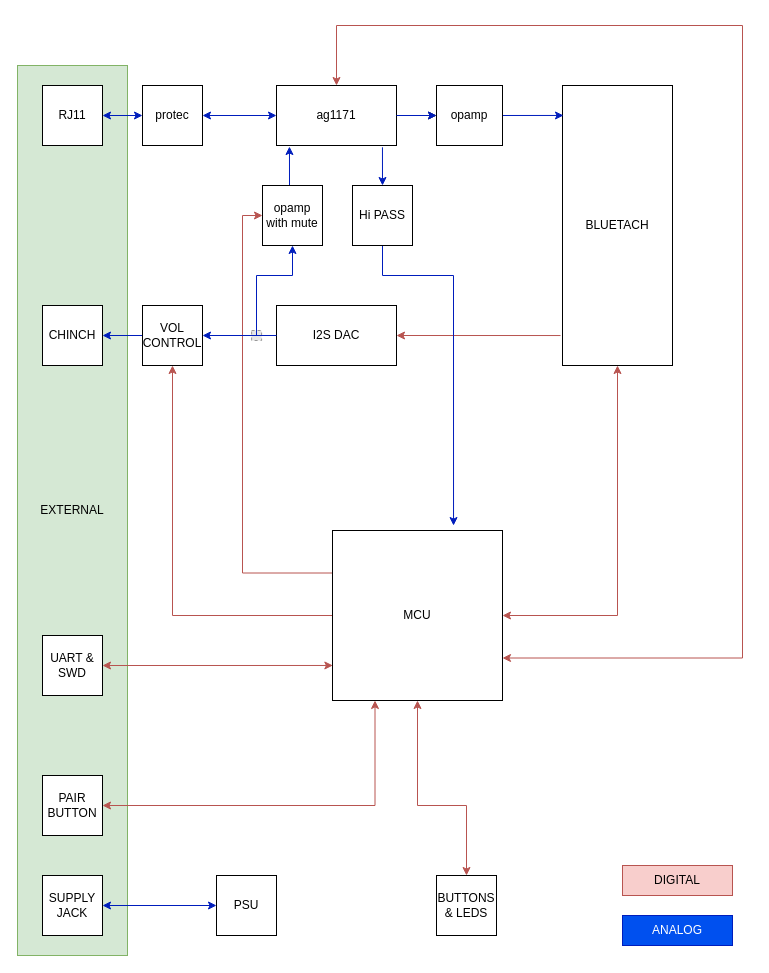
Earlier version of the draw.io diagram blockDiagram/matiHome.drawio (mati97/domeq). Source tidied: cells renumbered, new cells numbered last; positions are measured from the earlier drawing's top-left corner, leaving out a move shared by most shapes. Both pictures are drawn from the tidied source at 100%, with x=0, y=0 at pixel (17, 25). Pictures stored in the file or linked from it are replaced by grey dashed boxes.
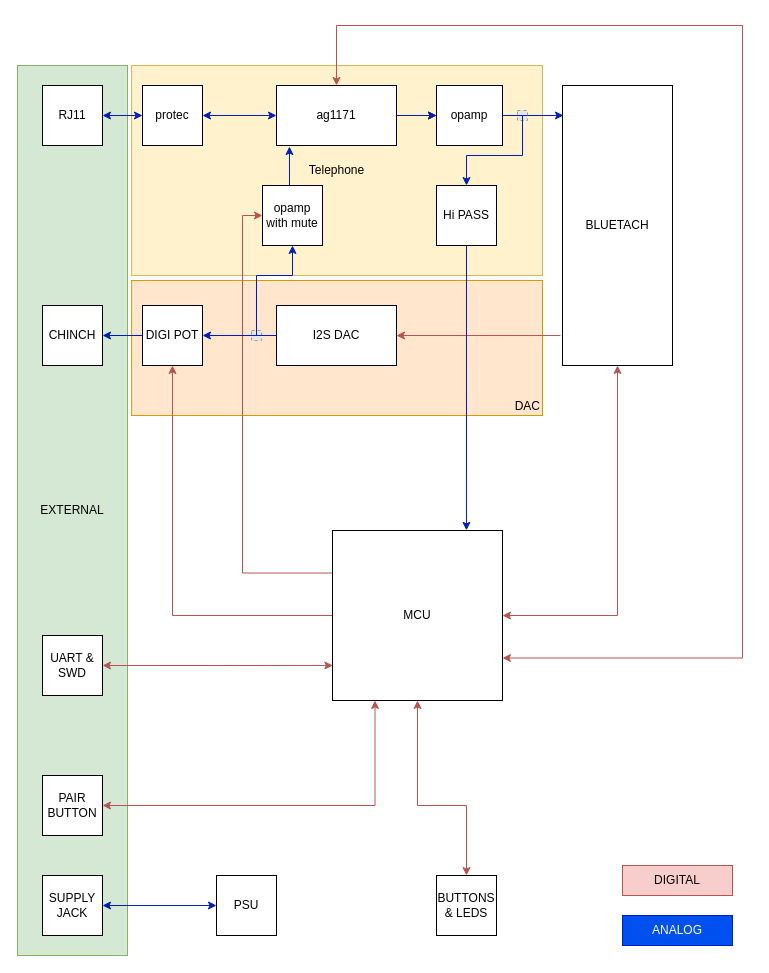
After the change.

The change refers to these unchanged cells:
```xml
<mxCell id="7" value="ag1171" style="rounded=0;whiteSpace=wrap;html=1;" parent="1" vertex="1">
  <mxGeometry x="259" y="60" width="120" height="60" as="geometry" />
</mxCell>
<mxCell id="14" value="MCU" style="whiteSpace=wrap;html=1;" parent="1" vertex="1">
  <mxGeometry x="315" y="505" width="170" height="170" as="geometry" />
</mxCell>
<mxCell id="22" value="BLUETACH" style="rounded=0;whiteSpace=wrap;html=1;" parent="1" vertex="1">
  <mxGeometry x="545" y="60" width="110" height="280" as="geometry" />
</mxCell>
<mxCell id="27" value="opamp" style="rounded=0;whiteSpace=wrap;html=1;" parent="1" vertex="1">
  <mxGeometry x="419" y="60" width="66" height="60" as="geometry" />
</mxCell>
```

Change to the diagram source:
```diff
@@
+    <mxCell id="43" value="DAC" style="rounded=0;whiteSpace=wrap;html=1;fillColor=#ffe6cc;strokeColor=#d79b00;align=right;verticalAlign=bottom;" parent="1" vertex="1">
+      <mxGeometry x="114.1" y="255" width="410.9" height="135" as="geometry" />
+    </mxCell>
+    <mxCell id="44" value="Telephone" style="rounded=0;whiteSpace=wrap;html=1;fillColor=#fff2cc;strokeColor=#d6b656;" parent="1" vertex="1">
+      <mxGeometry x="114.1" y="40" width="410.9" height="210" as="geometry" />
+    </mxCell>
+    <mxCell id="45" style="fillColor=#E6E6E6;strokeColor=#999999;dashed=1;html=1;verticalAlign=top;verticalLabelPosition=bottom;fontColor=none;" parent="1" vertex="1">
+      <mxGeometry x="500" y="85" width="10" height="10" as="geometry" />
+    </mxCell>
@@
-    <mxCell id="24" value="VOL CONTROL" style="whiteSpace=wrap;html=1;" parent="1" vertex="1">
+    <mxCell id="24" value="DIGI POT" style="whiteSpace=wrap;html=1;" parent="1" vertex="1">
       <mxGeometry x="125" y="280" width="60" height="60" as="geometry" />
     </mxCell>
@@
-    <mxCell id="26" style="edgeStyle=orthogonalEdgeStyle;rounded=0;jettySize=auto;html=1;exitX=1;exitY=0.5;exitDx=0;exitDy=0;entryX=0.009;entryY=0.107;entryDx=0;entryDy=0;entryPerimeter=0;startArrow=none;startFill=0;endArrow=classic;endFill=1;fillColor=#0050ef;strokeColor=#001DBC;" parent="1" edge="1" source="27" target="22">
+    <mxCell id="26" style="edgeStyle=orthogonalEdgeStyle;rounded=0;jettySize=auto;html=1;exitX=1;exitY=0.5;exitDx=0;exitDy=0;entryX=0.009;entryY=0.107;entryDx=0;entryDy=0;entryPerimeter=0;startArrow=none;startFill=0;endArrow=classic;endFill=1;fillColor=#0050ef;strokeColor=#001DBC;" parent="1" edge="1" source="45" target="22">
       <mxGeometry relative="1" as="geometry" />
     </mxCell>
@@
-    <mxCell id="28" style="edgeStyle=orthogonalEdgeStyle;rounded=0;jettySize=auto;html=1;exitX=0.5;exitY=1;exitDx=0;exitDy=0;entryX=0.712;entryY=-0.029;entryDx=0;entryDy=0;entryPerimeter=0;startArrow=none;startFill=0;endArrow=classic;endFill=1;fillColor=#0050ef;strokeColor=#001DBC;" parent="1" edge="1" source="30" target="14">
-      <mxGeometry relative="1" as="geometry">
-        <Array as="points">
-          <mxPoint x="365" y="250" />
-          <mxPoint x="436" y="250" />
-        </Array>
-      </mxGeometry>
+    <mxCell id="28" style="edgeStyle=orthogonalEdgeStyle;rounded=0;jettySize=auto;html=1;exitX=0.5;exitY=1;exitDx=0;exitDy=0;entryX=0.788;entryY=-0.001;entryDx=0;entryDy=0;entryPerimeter=0;startArrow=none;startFill=0;endArrow=classic;endFill=1;fillColor=#0050ef;strokeColor=#001DBC;" parent="1" edge="1" source="30" target="14">
+      <mxGeometry relative="1" as="geometry" />
     </mxCell>
-    <mxCell id="29" style="edgeStyle=orthogonalEdgeStyle;rounded=0;jettySize=auto;html=1;exitX=0.5;exitY=0;exitDx=0;exitDy=0;entryX=0.883;entryY=1.03;entryDx=0;entryDy=0;entryPerimeter=0;startArrow=classic;startFill=1;endArrow=none;endFill=0;fillColor=#0050ef;strokeColor=#001DBC;" parent="1" edge="1" source="30" target="7">
-      <mxGeometry relative="1" as="geometry" />
+    <mxCell id="29" style="edgeStyle=orthogonalEdgeStyle;rounded=0;jettySize=auto;html=1;exitX=0.5;exitY=0;exitDx=0;exitDy=0;startArrow=classic;startFill=1;endArrow=none;endFill=0;fillColor=#0050ef;strokeColor=#001DBC;" parent="1" edge="1" source="30">
+      <mxGeometry relative="1" as="geometry">
+        <mxPoint x="505" y="90" as="targetPoint" />
+        <Array as="points">
+          <mxPoint x="449" y="130" />
+          <mxPoint x="505" y="130" />
+        </Array>
+      </mxGeometry>
     </mxCell>
     <mxCell id="30" value="Hi PASS" style="whiteSpace=wrap;html=1;" parent="1" vertex="1">
-      <mxGeometry x="335" y="160" width="60" height="60" as="geometry" />
+      <mxGeometry x="419" y="160" width="60" height="60" as="geometry" />
     </mxCell>
@@
+    <mxCell id="46" style="edgeStyle=orthogonalEdgeStyle;rounded=0;jettySize=auto;html=1;exitX=1;exitY=0.5;exitDx=0;exitDy=0;entryX=1;entryY=0.5;entryDx=0;entryDy=0;startArrow=none;startFill=0;endArrow=none;endFill=1;fillColor=#0050ef;strokeColor=#001DBC;" parent="1" edge="1" source="27" target="45">
+      <mxGeometry relative="1" as="geometry" />
+    </mxCell>
```
